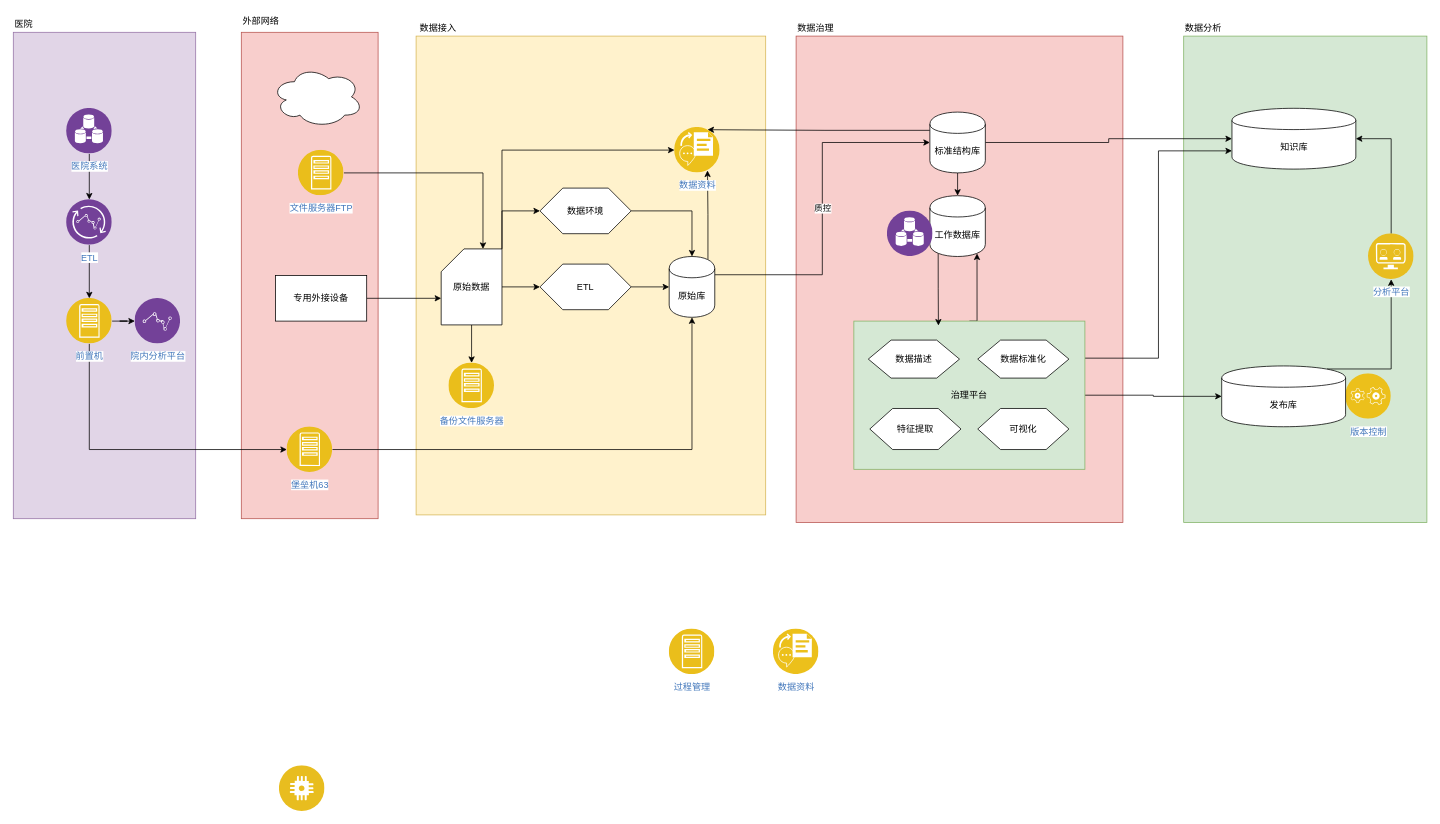
The draw.io diagram page "数据流程" (2 of 5) of Untitled Diagram.drawio in wychytu/drawio, before the edit. Source tidied: cells renumbered, new cells numbered last; positions are measured from the earlier drawing's top-left corner, leaving out a move shared by most shapes. Both pictures are drawn from the tidied source at 76%, with x=0, y=0 at pixel (13, 13).
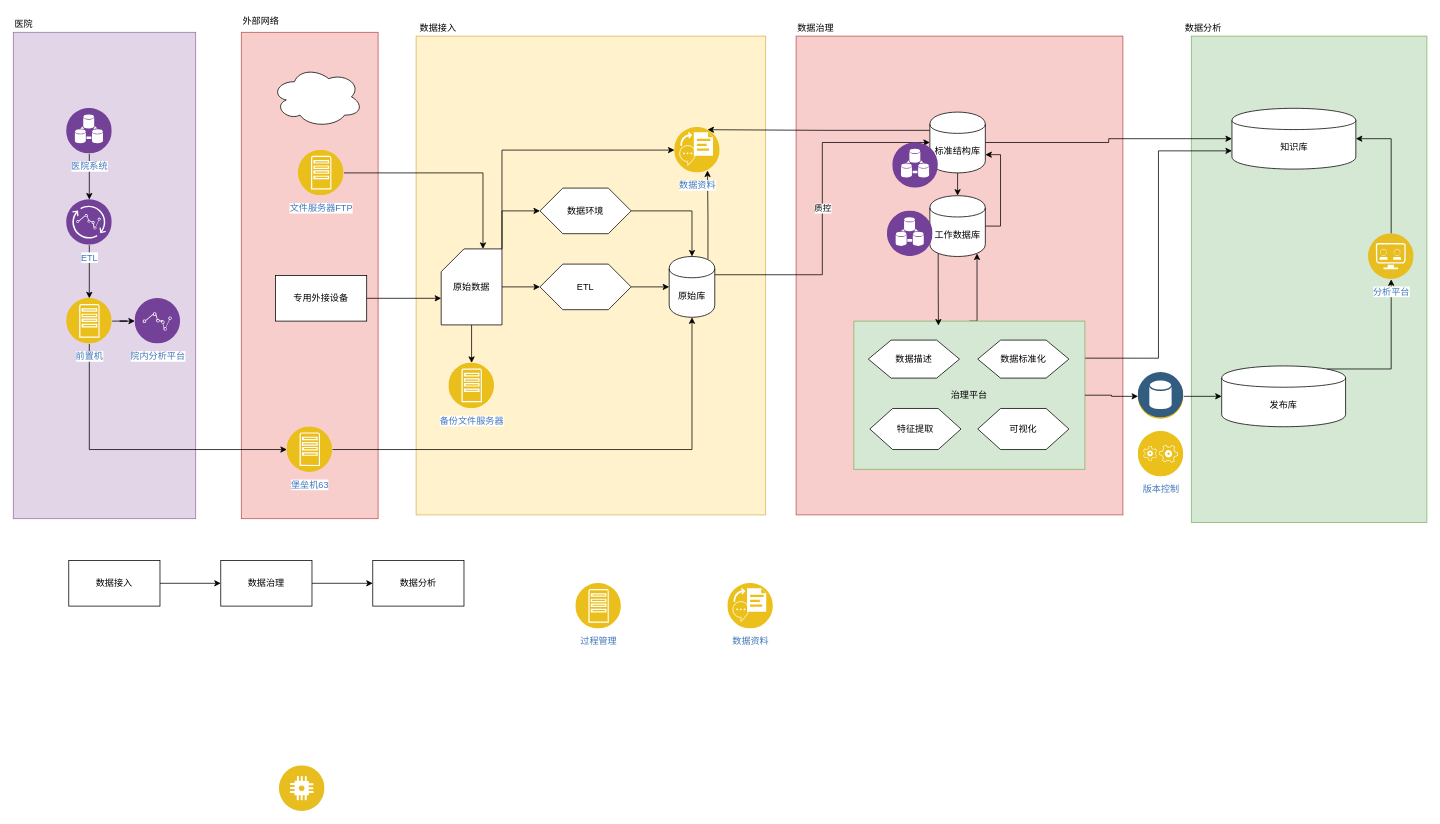
The same diagram, later.

The change refers to these unchanged cells:
```xml
<mxCell id="7" value="治理平台" style="rounded=0;whiteSpace=wrap;html=1;fillColor=#d5e8d4;strokeColor=#82b366;" parent="1" vertex="1">
  <mxGeometry x="1106" y="405" width="304" height="195" as="geometry" />
</mxCell>
<mxCell id="49" value="标准结构库" style="shape=cylinder;whiteSpace=wrap;html=1;boundedLbl=1;backgroundOutline=1;" parent="1" vertex="1">
  <mxGeometry x="1206" y="130" width="73" height="80" as="geometry" />
</mxCell>
<mxCell id="51" value="工作数据库" style="shape=cylinder;whiteSpace=wrap;html=1;boundedLbl=1;backgroundOutline=1;" parent="1" vertex="1">
  <mxGeometry x="1206" y="240" width="73" height="80" as="geometry" />
</mxCell>
<mxCell id="61" value="发布库" style="shape=cylinder;whiteSpace=wrap;html=1;boundedLbl=1;backgroundOutline=1;" parent="1" vertex="1">
  <mxGeometry x="1590" y="464" width="163" height="80" as="geometry" />
</mxCell>
```

The edit, as a diff of the source:
```diff
@@
     <mxCell id="2" style="rounded=0;whiteSpace=wrap;html=1;fillColor=#d5e8d4;strokeColor=#82b366;" parent="1" vertex="1">
-      <mxGeometry x="1540" y="30" width="320" height="640" as="geometry" />
+      <mxGeometry x="1550" y="30" width="310" height="640" as="geometry" />
     </mxCell>
     <mxCell id="3" style="rounded=0;whiteSpace=wrap;html=1;fillColor=#f8cecc;strokeColor=#b85450;" parent="1" vertex="1">
-      <mxGeometry x="1030" y="30" width="430" height="640" as="geometry" />
+      <mxGeometry x="1030" y="30" width="430" height="630" as="geometry" />
     </mxCell>
@@
-    <mxCell id="5" style="edgeStyle=orthogonalEdgeStyle;rounded=0;jettySize=auto;html=1;exitX=1;exitY=0.5;exitDx=0;exitDy=0;" parent="1" edge="1" source="7" target="61">
+    <mxCell id="5" style="edgeStyle=orthogonalEdgeStyle;rounded=0;jettySize=auto;html=1;exitX=1;exitY=0.5;exitDx=0;exitDy=0;" parent="1" edge="1" source="67" target="61">
       <mxGeometry relative="1" as="geometry" />
     </mxCell>
@@
+    <mxCell id="65" style="edgeStyle=orthogonalEdgeStyle;rounded=0;jettySize=auto;html=1;exitX=1;exitY=0.5;exitDx=0;exitDy=0;entryX=1;entryY=0.7;entryDx=0;entryDy=0;" parent="1" edge="1" source="51" target="49">
+      <mxGeometry relative="1" as="geometry" />
+    </mxCell>
@@
     <mxCell id="53" value="过程管理" style="perimeter=ellipsePerimeter;html=1;align=center;shadow=0;dashed=0;fontColor=#4277BB;labelBackgroundColor=#ffffff;fontSize=12;spacingTop=3;image;image=img/lib/ibm/applications/app_server.svg;" parent="1" vertex="1">
-      <mxGeometry x="863" y="810" width="60" height="60" as="geometry" />
+      <mxGeometry x="740" y="750" width="60" height="60" as="geometry" />
     </mxCell>
@@
     <mxCell id="55" value="数据资料" style="perimeter=ellipsePerimeter;html=1;align=center;shadow=0;dashed=0;fontColor=#4277BB;labelBackgroundColor=#ffffff;fontSize=12;spacingTop=3;image;image=img/lib/ibm/applications/speech_to_text.svg;" parent="1" vertex="1">
-      <mxGeometry x="1000" y="810" width="60" height="60" as="geometry" />
+      <mxGeometry x="940" y="750" width="60" height="60" as="geometry" />
     </mxCell>
@@
     <mxCell id="59" value="版本控制" style="perimeter=ellipsePerimeter;html=1;align=center;shadow=0;dashed=0;fontColor=#4277BB;labelBackgroundColor=#ffffff;fontSize=12;spacingTop=3;image;image=img/lib/ibm/applications/application_logic.svg;" parent="1" vertex="1">
-      <mxGeometry x="1753" y="474" width="60" height="60" as="geometry" />
+      <mxGeometry x="1480" y="550" width="60" height="60" as="geometry" />
     </mxCell>
@@
+    <mxCell id="66" style="perimeter=ellipsePerimeter;html=1;align=center;shadow=0;dashed=0;fontColor=#4277BB;labelBackgroundColor=#ffffff;fontSize=12;spacingTop=3;image;image=img/lib/ibm/analytics/data_integration.svg;" parent="1" vertex="1">
+      <mxGeometry x="1157" y="170" width="60" height="60" as="geometry" />
+    </mxCell>
+    <mxCell id="67" style="perimeter=ellipsePerimeter;html=1;align=center;shadow=0;dashed=0;fontColor=#4277BB;labelBackgroundColor=#ffffff;fontSize=12;spacingTop=3;image;image=img/lib/ibm/applications/annotate.svg;" parent="1" vertex="1">
+      <mxGeometry x="1480" y="474" width="60" height="60" as="geometry" />
+    </mxCell>
+    <mxCell id="68" style="edgeStyle=orthogonalEdgeStyle;rounded=0;jettySize=auto;html=1;exitX=1;exitY=0.5;exitDx=0;exitDy=0;" parent="1" edge="1" source="7" target="67">
+      <mxGeometry relative="1" as="geometry" />
+    </mxCell>
+    <mxCell id="69" style="perimeter=ellipsePerimeter;html=1;align=center;shadow=0;dashed=0;fontColor=#4277BB;labelBackgroundColor=#ffffff;fontSize=12;spacingTop=3;image;image=img/lib/ibm/applications/app_server.svg;" parent="1" vertex="1">
+      <mxGeometry x="1480" y="474" width="60" height="60" as="geometry" />
+    </mxCell>
+    <mxCell id="70" style="perimeter=ellipsePerimeter;html=1;align=center;shadow=0;dashed=0;fontColor=#4277BB;labelBackgroundColor=#ffffff;fontSize=12;spacingTop=3;image;image=img/lib/ibm/data/data_services.svg;" parent="1" vertex="1">
+      <mxGeometry x="1480" y="472.5" width="60" height="60" as="geometry" />
+    </mxCell>
+    <mxCell id="71" style="edgeStyle=orthogonalEdgeStyle;rounded=0;jettySize=auto;html=1;exitX=1;exitY=0.5;exitDx=0;exitDy=0;entryX=0;entryY=0.5;entryDx=0;entryDy=0;" parent="1" edge="1" source="72" target="74">
+      <mxGeometry relative="1" as="geometry" />
+    </mxCell>
+    <mxCell id="72" value="数据接入" style="rounded=0;whiteSpace=wrap;html=1;" parent="1" vertex="1">
+      <mxGeometry x="73" y="720" width="120" height="60" as="geometry" />
+    </mxCell>
+    <mxCell id="73" style="edgeStyle=orthogonalEdgeStyle;rounded=0;jettySize=auto;html=1;exitX=1;exitY=0.5;exitDx=0;exitDy=0;" parent="1" edge="1" source="74" target="75">
+      <mxGeometry relative="1" as="geometry" />
+    </mxCell>
+    <mxCell id="74" value="数据治理" style="rounded=0;whiteSpace=wrap;html=1;" parent="1" vertex="1">
+      <mxGeometry x="273" y="720" width="120" height="60" as="geometry" />
+    </mxCell>
+    <mxCell id="75" value="数据分析" style="rounded=0;whiteSpace=wrap;html=1;" parent="1" vertex="1">
+      <mxGeometry x="473" y="720" width="120" height="60" as="geometry" />
+    </mxCell>
```
